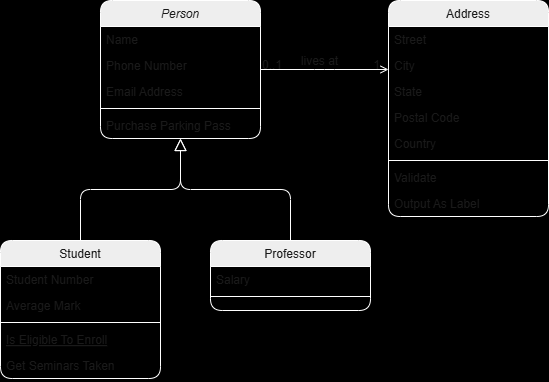
This is Trail.drawio.png from ravisankargv96/1.SpringWebApp, a draw.io export, as it was before one commit. Source tidied: cells renumbered, new cells last; positions are measured from the earlier drawing's top-left corner, leaving out a move shared by most shapes.
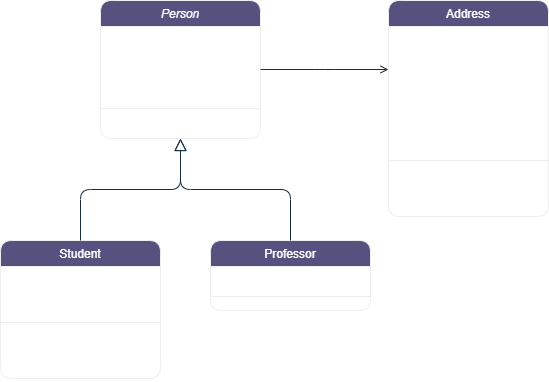
After the change.

Change to the diagram source:
```diff
@@ -1,101 +1,101 @@
-<mxGraphModel background="#000000">
+<mxGraphModel background="#FFFFFF">
   <root>
     <mxCell id="0" />
     <mxCell id="1" parent="0" />
-    <mxCell id="2" value="Person" style="swimlane;fontStyle=2;align=center;verticalAlign=top;horizontal=1;startSize=26;rounded=1;shadow=0;strokeWidth=1;labelBackgroundColor=none;fillColor=#EEEEEE;strokeColor=#FFFFFF;fontColor=#1A1A1A;" parent="1" vertex="1">
+    <mxCell id="2" value="Person" style="swimlane;fontStyle=2;align=center;verticalAlign=top;horizontal=1;startSize=26;rounded=1;shadow=0;strokeWidth=1;labelBackgroundColor=none;fillColor=#56517E;strokeColor=#EEEEEE;fontColor=#FFFFFF;" parent="1" vertex="1">
       <mxGeometry x="100" width="160" height="138" as="geometry" />
     </mxCell>
-    <mxCell id="3" value="Name" style="text;align=left;verticalAlign=top;spacingLeft=4;spacingRight=4;overflow=hidden;labelBackgroundColor=none;fontColor=#1A1A1A;rounded=1;" parent="2" vertex="1">
+    <mxCell id="3" value="Name" style="text;align=left;verticalAlign=top;spacingLeft=4;spacingRight=4;overflow=hidden;labelBackgroundColor=none;fontColor=#FFFFFF;rounded=1;" parent="2" vertex="1">
       <mxGeometry y="26" width="160" height="26" as="geometry" />
     </mxCell>
-    <mxCell id="4" value="Phone Number" style="text;align=left;verticalAlign=top;spacingLeft=4;spacingRight=4;overflow=hidden;rounded=1;shadow=0;html=0;labelBackgroundColor=none;fontColor=#1A1A1A;" parent="2" vertex="1">
+    <mxCell id="4" value="Phone Number" style="text;align=left;verticalAlign=top;spacingLeft=4;spacingRight=4;overflow=hidden;rounded=1;shadow=0;html=0;labelBackgroundColor=none;fontColor=#FFFFFF;" parent="2" vertex="1">
       <mxGeometry y="52" width="160" height="26" as="geometry" />
     </mxCell>
-    <mxCell id="5" value="Email Address" style="text;align=left;verticalAlign=top;spacingLeft=4;spacingRight=4;overflow=hidden;rounded=1;shadow=0;html=0;labelBackgroundColor=none;fontColor=#1A1A1A;" parent="2" vertex="1">
+    <mxCell id="5" value="Email Address" style="text;align=left;verticalAlign=top;spacingLeft=4;spacingRight=4;overflow=hidden;rounded=1;shadow=0;html=0;labelBackgroundColor=none;fontColor=#FFFFFF;" parent="2" vertex="1">
       <mxGeometry y="78" width="160" height="26" as="geometry" />
     </mxCell>
-    <mxCell id="6" style="line;html=1;strokeWidth=1;align=left;verticalAlign=middle;spacingTop=-1;spacingLeft=3;spacingRight=3;labelPosition=right;labelBackgroundColor=none;fillColor=#EEEEEE;strokeColor=#FFFFFF;fontColor=#1A1A1A;rounded=1;" parent="2" vertex="1">
+    <mxCell id="6" style="line;html=1;strokeWidth=1;align=left;verticalAlign=middle;spacingTop=-1;spacingLeft=3;spacingRight=3;labelPosition=right;labelBackgroundColor=none;fillColor=#56517E;strokeColor=#EEEEEE;fontColor=#FFFFFF;rounded=1;" parent="2" vertex="1">
       <mxGeometry y="104" width="160" height="8" as="geometry" />
     </mxCell>
-    <mxCell id="7" value="Purchase Parking Pass" style="text;align=left;verticalAlign=top;spacingLeft=4;spacingRight=4;overflow=hidden;labelBackgroundColor=none;fontColor=#1A1A1A;rounded=1;" parent="2" vertex="1">
+    <mxCell id="7" value="Purchase Parking Pass" style="text;align=left;verticalAlign=top;spacingLeft=4;spacingRight=4;overflow=hidden;labelBackgroundColor=none;fontColor=#FFFFFF;rounded=1;" parent="2" vertex="1">
       <mxGeometry y="112" width="160" height="26" as="geometry" />
     </mxCell>
-    <mxCell id="8" value="Student" style="swimlane;fontStyle=0;align=center;verticalAlign=top;horizontal=1;startSize=26;rounded=1;shadow=0;strokeWidth=1;labelBackgroundColor=none;fillColor=#EEEEEE;strokeColor=#FFFFFF;fontColor=#1A1A1A;" parent="1" vertex="1">
+    <mxCell id="8" value="Student" style="swimlane;fontStyle=0;align=center;verticalAlign=top;horizontal=1;startSize=26;rounded=1;shadow=0;strokeWidth=1;labelBackgroundColor=none;fillColor=#56517E;strokeColor=#EEEEEE;fontColor=#FFFFFF;" parent="1" vertex="1">
       <mxGeometry y="240" width="160" height="138" as="geometry" />
     </mxCell>
-    <mxCell id="9" value="Student Number" style="text;align=left;verticalAlign=top;spacingLeft=4;spacingRight=4;overflow=hidden;labelBackgroundColor=none;fontColor=#1A1A1A;rounded=1;" parent="8" vertex="1">
+    <mxCell id="9" value="Student Number" style="text;align=left;verticalAlign=top;spacingLeft=4;spacingRight=4;overflow=hidden;labelBackgroundColor=none;fontColor=#FFFFFF;rounded=1;" parent="8" vertex="1">
       <mxGeometry y="26" width="160" height="26" as="geometry" />
     </mxCell>
-    <mxCell id="10" value="Average Mark" style="text;align=left;verticalAlign=top;spacingLeft=4;spacingRight=4;overflow=hidden;rounded=1;shadow=0;html=0;labelBackgroundColor=none;fontColor=#1A1A1A;" parent="8" vertex="1">
+    <mxCell id="10" value="Average Mark" style="text;align=left;verticalAlign=top;spacingLeft=4;spacingRight=4;overflow=hidden;rounded=1;shadow=0;html=0;labelBackgroundColor=none;fontColor=#FFFFFF;" parent="8" vertex="1">
       <mxGeometry y="52" width="160" height="26" as="geometry" />
     </mxCell>
-    <mxCell id="11" style="line;html=1;strokeWidth=1;align=left;verticalAlign=middle;spacingTop=-1;spacingLeft=3;spacingRight=3;labelPosition=right;labelBackgroundColor=none;fillColor=#EEEEEE;strokeColor=#FFFFFF;fontColor=#1A1A1A;rounded=1;" parent="8" vertex="1">
+    <mxCell id="11" style="line;html=1;strokeWidth=1;align=left;verticalAlign=middle;spacingTop=-1;spacingLeft=3;spacingRight=3;labelPosition=right;labelBackgroundColor=none;fillColor=#56517E;strokeColor=#EEEEEE;fontColor=#FFFFFF;rounded=1;" parent="8" vertex="1">
       <mxGeometry y="78" width="160" height="8" as="geometry" />
     </mxCell>
-    <mxCell id="12" value="Is Eligible To Enroll" style="text;align=left;verticalAlign=top;spacingLeft=4;spacingRight=4;overflow=hidden;fontStyle=4;labelBackgroundColor=none;fontColor=#1A1A1A;rounded=1;" parent="8" vertex="1">
+    <mxCell id="12" value="Is Eligible To Enroll" style="text;align=left;verticalAlign=top;spacingLeft=4;spacingRight=4;overflow=hidden;fontStyle=4;labelBackgroundColor=none;fontColor=#FFFFFF;rounded=1;" parent="8" vertex="1">
       <mxGeometry y="86" width="160" height="26" as="geometry" />
     </mxCell>
-    <mxCell id="13" value="Get Seminars Taken" style="text;align=left;verticalAlign=top;spacingLeft=4;spacingRight=4;overflow=hidden;labelBackgroundColor=none;fontColor=#1A1A1A;rounded=1;" parent="8" vertex="1">
+    <mxCell id="13" value="Get Seminars Taken" style="text;align=left;verticalAlign=top;spacingLeft=4;spacingRight=4;overflow=hidden;labelBackgroundColor=none;fontColor=#FFFFFF;rounded=1;" parent="8" vertex="1">
       <mxGeometry y="112" width="160" height="26" as="geometry" />
     </mxCell>
-    <mxCell id="14" style="endArrow=block;endSize=10;endFill=0;shadow=0;strokeWidth=1;rounded=1;curved=0;edgeStyle=elbowEdgeStyle;elbow=vertical;labelBackgroundColor=none;fontColor=default;strokeColor=#FFFFFF;" parent="1" edge="1" source="8" target="2">
+    <mxCell id="14" style="endArrow=block;endSize=10;endFill=0;shadow=0;strokeWidth=1;rounded=1;curved=0;edgeStyle=elbowEdgeStyle;elbow=vertical;labelBackgroundColor=none;fontColor=default;strokeColor=#182E3E;" parent="1" edge="1" source="8" target="2">
       <mxGeometry relative="1" as="geometry" />
     </mxCell>
-    <mxCell id="15" value="Professor" style="swimlane;fontStyle=0;align=center;verticalAlign=top;horizontal=1;startSize=26;rounded=1;shadow=0;strokeWidth=1;labelBackgroundColor=none;fillColor=#EEEEEE;strokeColor=#FFFFFF;fontColor=#1A1A1A;" parent="1" vertex="1">
+    <mxCell id="15" value="Professor" style="swimlane;fontStyle=0;align=center;verticalAlign=top;horizontal=1;startSize=26;rounded=1;shadow=0;strokeWidth=1;labelBackgroundColor=none;fillColor=#56517E;strokeColor=#EEEEEE;fontColor=#FFFFFF;" parent="1" vertex="1">
       <mxGeometry x="210" y="240" width="160" height="70" as="geometry" />
     </mxCell>
-    <mxCell id="16" value="Salary" style="text;align=left;verticalAlign=top;spacingLeft=4;spacingRight=4;overflow=hidden;labelBackgroundColor=none;fontColor=#1A1A1A;rounded=1;" parent="15" vertex="1">
+    <mxCell id="16" value="Salary" style="text;align=left;verticalAlign=top;spacingLeft=4;spacingRight=4;overflow=hidden;labelBackgroundColor=none;fontColor=#FFFFFF;rounded=1;" parent="15" vertex="1">
       <mxGeometry y="26" width="160" height="26" as="geometry" />
     </mxCell>
-    <mxCell id="17" style="line;html=1;strokeWidth=1;align=left;verticalAlign=middle;spacingTop=-1;spacingLeft=3;spacingRight=3;labelPosition=right;labelBackgroundColor=none;fillColor=#EEEEEE;strokeColor=#FFFFFF;fontColor=#1A1A1A;rounded=1;" parent="15" vertex="1">
+    <mxCell id="17" style="line;html=1;strokeWidth=1;align=left;verticalAlign=middle;spacingTop=-1;spacingLeft=3;spacingRight=3;labelPosition=right;labelBackgroundColor=none;fillColor=#56517E;strokeColor=#EEEEEE;fontColor=#FFFFFF;rounded=1;" parent="15" vertex="1">
       <mxGeometry y="52" width="160" height="8" as="geometry" />
     </mxCell>
-    <mxCell id="18" style="endArrow=block;endSize=10;endFill=0;shadow=0;strokeWidth=1;rounded=1;curved=0;edgeStyle=elbowEdgeStyle;elbow=vertical;labelBackgroundColor=none;fontColor=default;strokeColor=#FFFFFF;" parent="1" edge="1" source="15" target="2">
+    <mxCell id="18" style="endArrow=block;endSize=10;endFill=0;shadow=0;strokeWidth=1;rounded=1;curved=0;edgeStyle=elbowEdgeStyle;elbow=vertical;labelBackgroundColor=none;fontColor=default;strokeColor=#182E3E;" parent="1" edge="1" source="15" target="2">
       <mxGeometry relative="1" as="geometry" />
     </mxCell>
-    <mxCell id="19" value="Address" style="swimlane;fontStyle=0;align=center;verticalAlign=top;horizontal=1;startSize=26;rounded=1;shadow=0;strokeWidth=1;labelBackgroundColor=none;fillColor=#EEEEEE;strokeColor=#FFFFFF;fontColor=#1A1A1A;" parent="1" vertex="1">
+    <mxCell id="19" value="Address" style="swimlane;fontStyle=0;align=center;verticalAlign=top;horizontal=1;startSize=26;rounded=1;shadow=0;strokeWidth=1;labelBackgroundColor=none;fillColor=#56517E;strokeColor=#EEEEEE;fontColor=#FFFFFF;" parent="1" vertex="1">
       <mxGeometry x="388" width="160" height="216" as="geometry" />
     </mxCell>
-    <mxCell id="20" value="Street" style="text;align=left;verticalAlign=top;spacingLeft=4;spacingRight=4;overflow=hidden;labelBackgroundColor=none;fontColor=#1A1A1A;rounded=1;" parent="19" vertex="1">
+    <mxCell id="20" value="Street" style="text;align=left;verticalAlign=top;spacingLeft=4;spacingRight=4;overflow=hidden;labelBackgroundColor=none;fontColor=#FFFFFF;rounded=1;" parent="19" vertex="1">
       <mxGeometry y="26" width="160" height="26" as="geometry" />
     </mxCell>
-    <mxCell id="21" value="City" style="text;align=left;verticalAlign=top;spacingLeft=4;spacingRight=4;overflow=hidden;rounded=1;shadow=0;html=0;labelBackgroundColor=none;fontColor=#1A1A1A;" parent="19" vertex="1">
+    <mxCell id="21" value="City" style="text;align=left;verticalAlign=top;spacingLeft=4;spacingRight=4;overflow=hidden;rounded=1;shadow=0;html=0;labelBackgroundColor=none;fontColor=#FFFFFF;" parent="19" vertex="1">
       <mxGeometry y="52" width="160" height="26" as="geometry" />
     </mxCell>
-    <mxCell id="22" value="State" style="text;align=left;verticalAlign=top;spacingLeft=4;spacingRight=4;overflow=hidden;rounded=1;shadow=0;html=0;labelBackgroundColor=none;fontColor=#1A1A1A;" parent="19" vertex="1">
+    <mxCell id="22" value="State" style="text;align=left;verticalAlign=top;spacingLeft=4;spacingRight=4;overflow=hidden;rounded=1;shadow=0;html=0;labelBackgroundColor=none;fontColor=#FFFFFF;" parent="19" vertex="1">
       <mxGeometry y="78" width="160" height="26" as="geometry" />
     </mxCell>
-    <mxCell id="23" value="Postal Code" style="text;align=left;verticalAlign=top;spacingLeft=4;spacingRight=4;overflow=hidden;rounded=1;shadow=0;html=0;labelBackgroundColor=none;fontColor=#1A1A1A;" parent="19" vertex="1">
+    <mxCell id="23" value="Postal Code" style="text;align=left;verticalAlign=top;spacingLeft=4;spacingRight=4;overflow=hidden;rounded=1;shadow=0;html=0;labelBackgroundColor=none;fontColor=#FFFFFF;" parent="19" vertex="1">
       <mxGeometry y="104" width="160" height="26" as="geometry" />
     </mxCell>
-    <mxCell id="24" value="Country" style="text;align=left;verticalAlign=top;spacingLeft=4;spacingRight=4;overflow=hidden;rounded=1;shadow=0;html=0;labelBackgroundColor=none;fontColor=#1A1A1A;" parent="19" vertex="1">
+    <mxCell id="24" value="Country" style="text;align=left;verticalAlign=top;spacingLeft=4;spacingRight=4;overflow=hidden;rounded=1;shadow=0;html=0;labelBackgroundColor=none;fontColor=#FFFFFF;" parent="19" vertex="1">
       <mxGeometry y="130" width="160" height="26" as="geometry" />
     </mxCell>
-    <mxCell id="25" style="line;html=1;strokeWidth=1;align=left;verticalAlign=middle;spacingTop=-1;spacingLeft=3;spacingRight=3;labelPosition=right;labelBackgroundColor=none;fillColor=#EEEEEE;strokeColor=#FFFFFF;fontColor=#1A1A1A;rounded=1;" parent="19" vertex="1">
+    <mxCell id="25" style="line;html=1;strokeWidth=1;align=left;verticalAlign=middle;spacingTop=-1;spacingLeft=3;spacingRight=3;labelPosition=right;labelBackgroundColor=none;fillColor=#56517E;strokeColor=#EEEEEE;fontColor=#FFFFFF;rounded=1;" parent="19" vertex="1">
       <mxGeometry y="156" width="160" height="8" as="geometry" />
     </mxCell>
-    <mxCell id="26" value="Validate" style="text;align=left;verticalAlign=top;spacingLeft=4;spacingRight=4;overflow=hidden;labelBackgroundColor=none;fontColor=#1A1A1A;rounded=1;" parent="19" vertex="1">
+    <mxCell id="26" value="Validate" style="text;align=left;verticalAlign=top;spacingLeft=4;spacingRight=4;overflow=hidden;labelBackgroundColor=none;fontColor=#FFFFFF;rounded=1;" parent="19" vertex="1">
       <mxGeometry y="164" width="160" height="26" as="geometry" />
     </mxCell>
-    <mxCell id="27" value="Output As Label" style="text;align=left;verticalAlign=top;spacingLeft=4;spacingRight=4;overflow=hidden;labelBackgroundColor=none;fontColor=#1A1A1A;rounded=1;" parent="19" vertex="1">
+    <mxCell id="27" value="Output As Label" style="text;align=left;verticalAlign=top;spacingLeft=4;spacingRight=4;overflow=hidden;labelBackgroundColor=none;fontColor=#FFFFFF;rounded=1;" parent="19" vertex="1">
       <mxGeometry y="190" width="160" height="26" as="geometry" />
     </mxCell>
-    <mxCell id="28" style="endArrow=open;shadow=0;strokeWidth=1;rounded=1;curved=0;endFill=1;edgeStyle=elbowEdgeStyle;elbow=vertical;labelBackgroundColor=none;fontColor=default;strokeColor=#FFFFFF;" parent="1" edge="1" source="2" target="19">
+    <mxCell id="28" style="endArrow=open;shadow=0;strokeWidth=1;rounded=1;curved=0;endFill=1;edgeStyle=elbowEdgeStyle;elbow=vertical;labelBackgroundColor=none;fontColor=default;strokeColor=#182E3E;" parent="1" edge="1" source="2" target="19">
       <mxGeometry x="0.5" y="41" relative="1" as="geometry">
         <mxPoint x="-40" y="32" as="offset" />
       </mxGeometry>
     </mxCell>
-    <mxCell id="29" value="0..1" style="align=left;verticalAlign=bottom;labelBackgroundColor=none;fontSize=12;fillColor=#EEEEEE;strokeColor=#FFFFFF;fontColor=#1A1A1A;rounded=1;" parent="28" vertex="1">
+    <mxCell id="29" value="0..1" style="align=left;verticalAlign=bottom;labelBackgroundColor=none;fontSize=12;fillColor=#56517E;strokeColor=#EEEEEE;fontColor=#FFFFFF;rounded=1;" parent="28" vertex="1">
       <mxGeometry x="-1" relative="1" as="geometry">
         <mxPoint y="4" as="offset" />
       </mxGeometry>
     </mxCell>
-    <mxCell id="30" value="1" style="align=right;verticalAlign=bottom;labelBackgroundColor=none;fontSize=12;fillColor=#EEEEEE;strokeColor=#FFFFFF;fontColor=#1A1A1A;rounded=1;" parent="28" vertex="1">
+    <mxCell id="30" value="1" style="align=right;verticalAlign=bottom;labelBackgroundColor=none;fontSize=12;fillColor=#56517E;strokeColor=#EEEEEE;fontColor=#FFFFFF;rounded=1;" parent="28" vertex="1">
       <mxGeometry x="1" relative="1" as="geometry">
         <mxPoint x="-7" y="4" as="offset" />
       </mxGeometry>
     </mxCell>
-    <mxCell id="31" value="lives at" style="text;html=1;align=center;verticalAlign=middle;labelBackgroundColor=none;rounded=1;shadow=0;strokeWidth=1;fontSize=12;fontColor=#1A1A1A;" parent="28" vertex="1">
+    <mxCell id="31" value="lives at" style="text;html=1;align=center;verticalAlign=middle;labelBackgroundColor=none;rounded=1;shadow=0;strokeWidth=1;fontSize=12;fontColor=#FFFFFF;" parent="28" vertex="1">
       <mxGeometry x="0.5" y="49" relative="1" as="geometry">
         <mxPoint x="-38" y="40" as="offset" />
       </mxGeometry>
```
